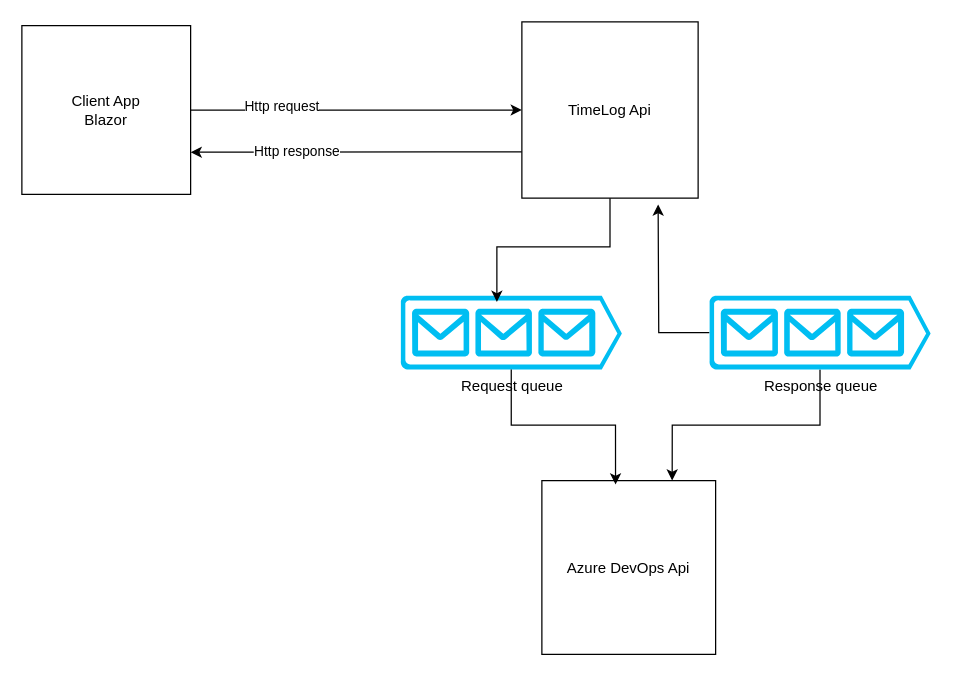
This is Diagrammes/Diagramme sans nom.drawio from TunNetCom/TunNetCom-AionTime, a draw.io file, before an edit. Source tidied: cells renumbered, new cells numbered last; positions are measured from the earlier drawing's top-left corner, leaving out a move shared by most shapes. Both pictures are drawn from the tidied source at 125%, with x=0, y=0 at pixel (21, 21).
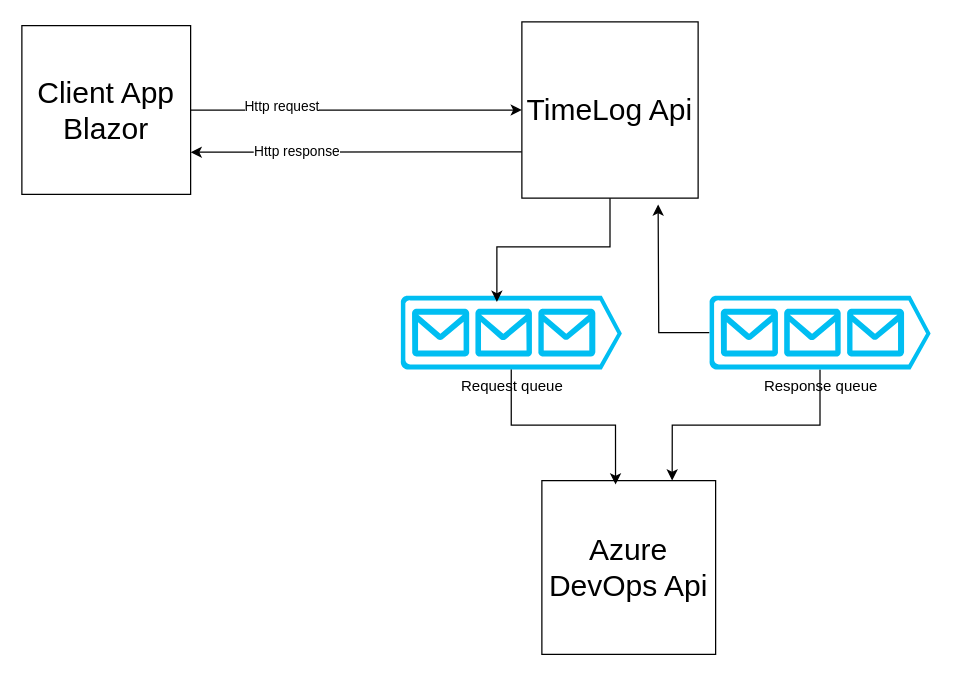
After the change.

Commit message (it also covers changes not shown here):
Mettre à jour Diagramme sans nom.drawio

Change to the diagram source:
```diff
@@
 <mxGraphModel>
   <root>
     <mxCell id="0" />
     <mxCell id="1" parent="0" />
     <mxCell id="2" style="edgeStyle=orthogonalEdgeStyle;rounded=0;jettySize=auto;html=1;entryX=0;entryY=0.5;entryDx=0;entryDy=0;" parent="1" edge="1" source="4" target="7">
       <mxGeometry relative="1" as="geometry" />
     </mxCell>
     <mxCell id="3" value="Http request" style="edgeLabel;html=1;align=center;verticalAlign=middle;" parent="2" vertex="1">
       <mxGeometry x="-0.46" y="4" relative="1" as="geometry">
         <mxPoint y="1" as="offset" />
       </mxGeometry>
     </mxCell>
-    <mxCell id="4" value="Client App&lt;br&gt;Blazor" style="whiteSpace=wrap;html=1;" parent="1" vertex="1">
+    <mxCell id="4" value="&lt;font style=&quot;font-size: 24px;&quot;&gt;Client App&lt;br&gt;Blazor&lt;/font&gt;" style="whiteSpace=wrap;html=1;" parent="1" vertex="1">
       <mxGeometry y="3" width="135" height="135" as="geometry" />
     </mxCell>
-    <mxCell id="5" style="edgeStyle=orthogonalEdgeStyle;rounded=0;jettySize=auto;html=1;entryX=1;entryY=0.75;entryDx=0;entryDy=0;" parent="1" edge="1" source="7" target="4">
+    <mxCell id="5" style="edgeStyle=orthogonalEdgeStyle;rounded=0;jettySize=auto;html=1;entryX=1;entryY=0.75;entryDx=0;entryDy=0;jumpSize=16;" parent="1" edge="1" source="7" target="4">
       <mxGeometry relative="1" as="geometry">
         <Array as="points">
           <mxPoint x="332" y="104" />
           <mxPoint x="332" y="104" />
         </Array>
       </mxGeometry>
     </mxCell>
     <mxCell id="6" value="Http response" style="edgeLabel;html=1;align=center;verticalAlign=middle;" parent="5" vertex="1">
       <mxGeometry x="0.36" y="-1" relative="1" as="geometry" />
     </mxCell>
-    <mxCell id="7" value="TimeLog Api" style="whiteSpace=wrap;html=1;" parent="1" vertex="1">
+    <mxCell id="7" value="&lt;font style=&quot;font-size: 24px;&quot;&gt;TimeLog Api&lt;/font&gt;" style="whiteSpace=wrap;html=1;" parent="1" vertex="1">
       <mxGeometry x="400" width="141" height="141" as="geometry" />
     </mxCell>
-    <mxCell id="8" value="Azure DevOps Api" style="whiteSpace=wrap;html=1;" parent="1" vertex="1">
+    <mxCell id="8" value="&lt;font style=&quot;font-size: 24px;&quot;&gt;Azure DevOps Api&lt;/font&gt;" style="whiteSpace=wrap;html=1;" parent="1" vertex="1">
       <mxGeometry x="416" y="367" width="139" height="139" as="geometry" />
     </mxCell>
     <mxCell id="9" value="Request queue" style="verticalLabelPosition=bottom;html=1;verticalAlign=top;align=center;strokeColor=none;fillColor=#00BEF2;shape=mxgraph.azure.queue_generic;" parent="1" vertex="1">
       <mxGeometry x="303" y="219" width="177" height="59" as="geometry" />
     </mxCell>
     <mxCell id="10" style="edgeStyle=orthogonalEdgeStyle;rounded=0;jettySize=auto;html=1;entryX=0.435;entryY=0.085;entryDx=0;entryDy=0;entryPerimeter=0;" parent="1" edge="1" source="7" target="9">
       <mxGeometry relative="1" as="geometry" />
     </mxCell>
     <mxCell id="11" style="edgeStyle=orthogonalEdgeStyle;rounded=0;jettySize=auto;html=1;entryX=0.424;entryY=0.022;entryDx=0;entryDy=0;entryPerimeter=0;" parent="1" edge="1" source="9" target="8">
       <mxGeometry relative="1" as="geometry" />
     </mxCell>
     <mxCell id="12" style="edgeStyle=orthogonalEdgeStyle;rounded=0;jettySize=auto;html=1;" parent="1" edge="1" source="14">
       <mxGeometry relative="1" as="geometry">
         <mxPoint x="509" y="146" as="targetPoint" />
       </mxGeometry>
     </mxCell>
     <mxCell id="13" style="edgeStyle=orthogonalEdgeStyle;rounded=0;jettySize=auto;html=1;entryX=0.75;entryY=0;entryDx=0;entryDy=0;" parent="1" edge="1" source="14" target="8">
       <mxGeometry relative="1" as="geometry" />
     </mxCell>
     <mxCell id="14" value="Response queue" style="verticalLabelPosition=bottom;html=1;verticalAlign=top;align=center;strokeColor=none;fillColor=#00BEF2;shape=mxgraph.azure.queue_generic;" parent="1" vertex="1">
       <mxGeometry x="550" y="219" width="177" height="59" as="geometry" />
     </mxCell>
   </root>
 </mxGraphModel>
```
